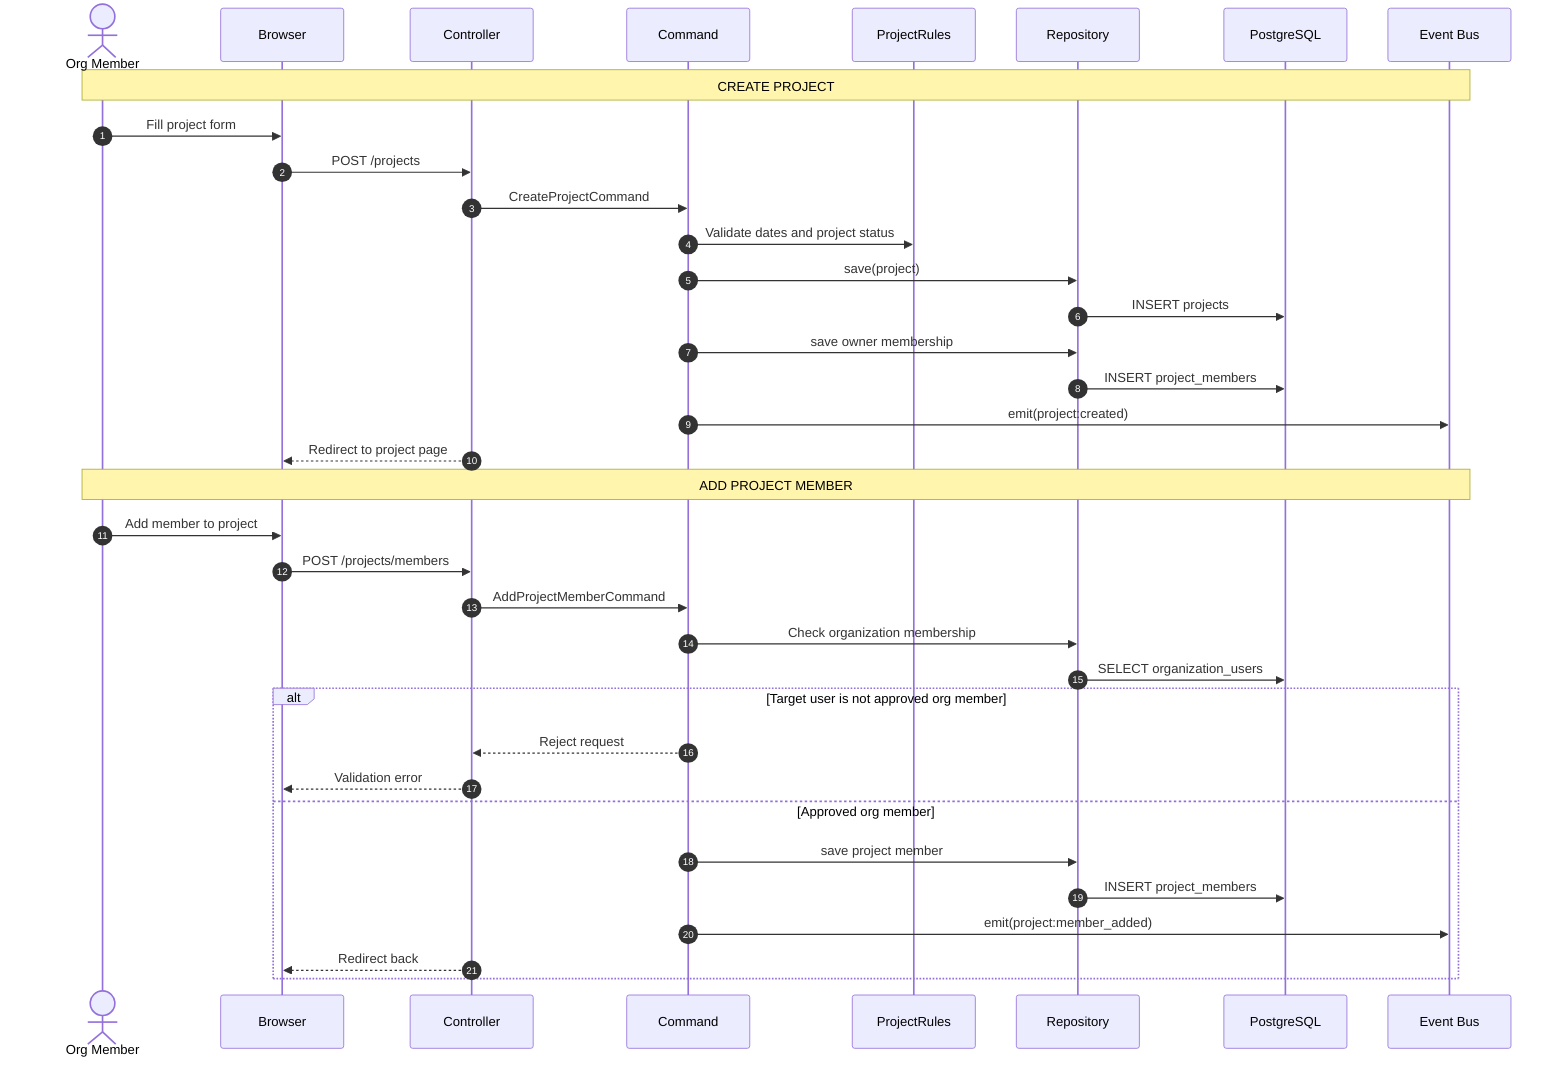
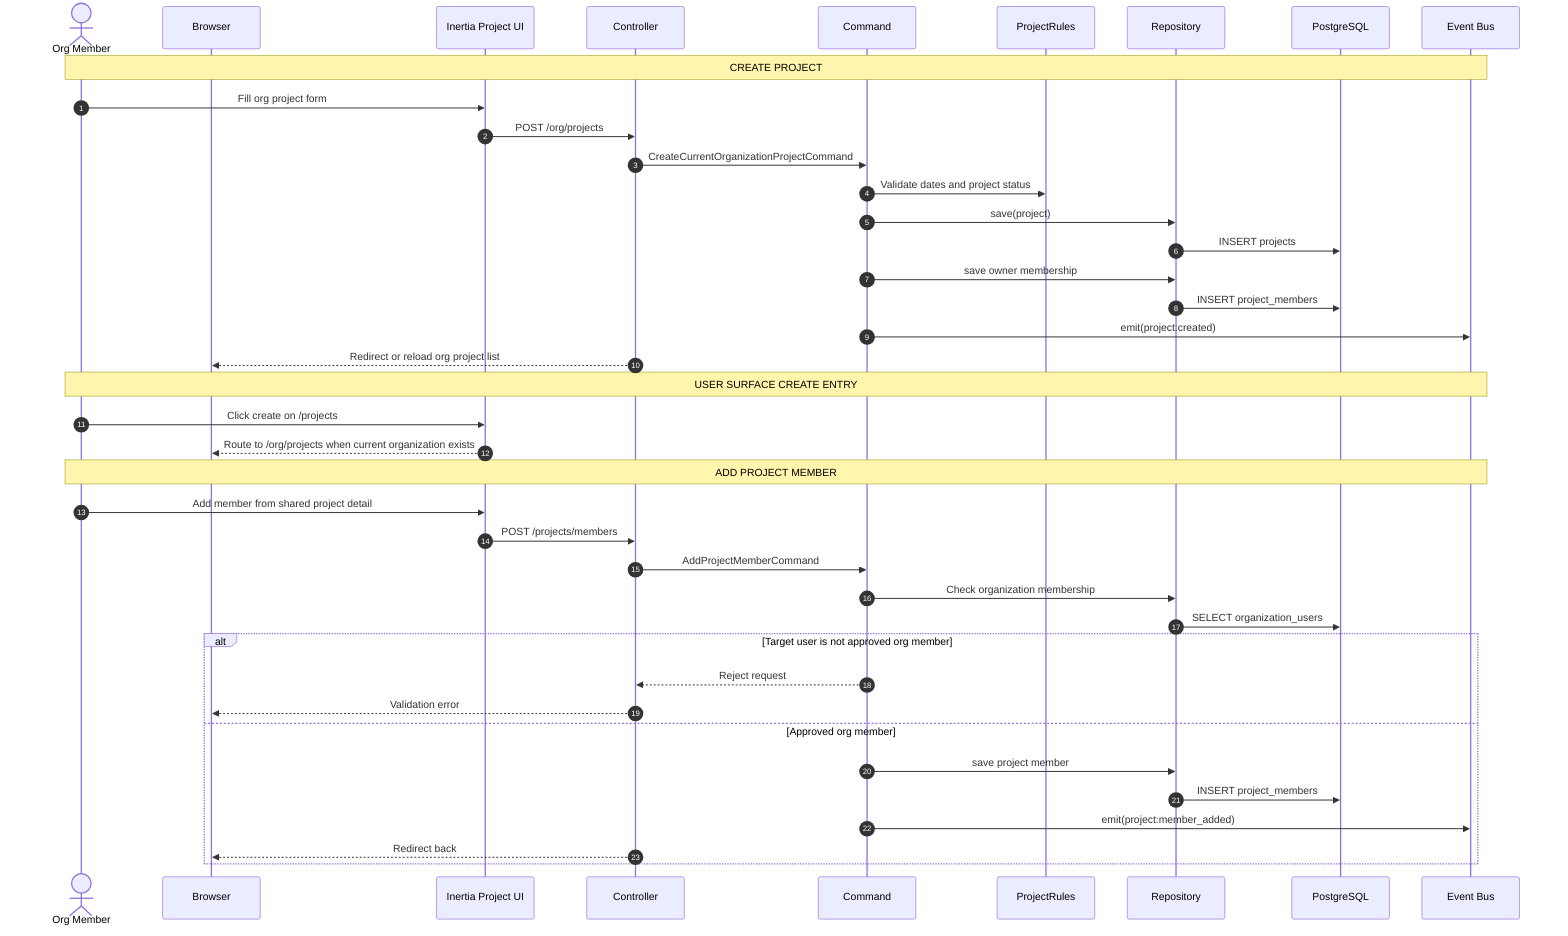
%% seq_08a_project_create_member_add.mmd
- %% Updated 2026-05-18.
- %% Scope: Create project and add project member.
+ %% Updated 2026-06-16.
+ %% Scope: Create project and add project member from user/org project surfaces.

sequenceDiagram
    autonumber
    actor U as Org Member
    participant B as Browser
+     participant UI as Inertia Project UI
    participant C as Controller
    participant Cmd as Command
    participant Rules as ProjectRules
    participant Repo as Repository
    participant DB as PostgreSQL
    participant Evt as Event Bus

    Note over U, Evt: CREATE PROJECT
-     U->>B: Fill project form
-     B->>C: POST /projects
-     C->>Cmd: CreateProjectCommand
+     U->>UI: Fill org project form
+     UI->>C: POST /org/projects
+     C->>Cmd: CreateCurrentOrganizationProjectCommand
    Cmd->>Rules: Validate dates and project status
    Cmd->>Repo: save(project)
    Repo->>DB: INSERT projects
    Cmd->>Repo: save owner membership
    Repo->>DB: INSERT project_members
    Cmd->>Evt: emit(project:created)
-     C-->>B: Redirect to project page
+     C-->>B: Redirect or reload org project list
+ 
+     Note over U, Evt: USER SURFACE CREATE ENTRY
+     U->>UI: Click create on /projects
+     UI-->>B: Route to /org/projects when current organization exists

    Note over U, Evt: ADD PROJECT MEMBER
-     U->>B: Add member to project
-     B->>C: POST /projects/members
+     U->>UI: Add member from shared project detail
+     UI->>C: POST /projects/members
    C->>Cmd: AddProjectMemberCommand
    Cmd->>Repo: Check organization membership
    Repo->>DB: SELECT organization_users

    alt Target user is not approved org member
        Cmd-->>C: Reject request
        C-->>B: Validation error
    else Approved org member
        Cmd->>Repo: save project member
        Repo->>DB: INSERT project_members
        Cmd->>Evt: emit(project:member_added)
        C-->>B: Redirect back
    end
